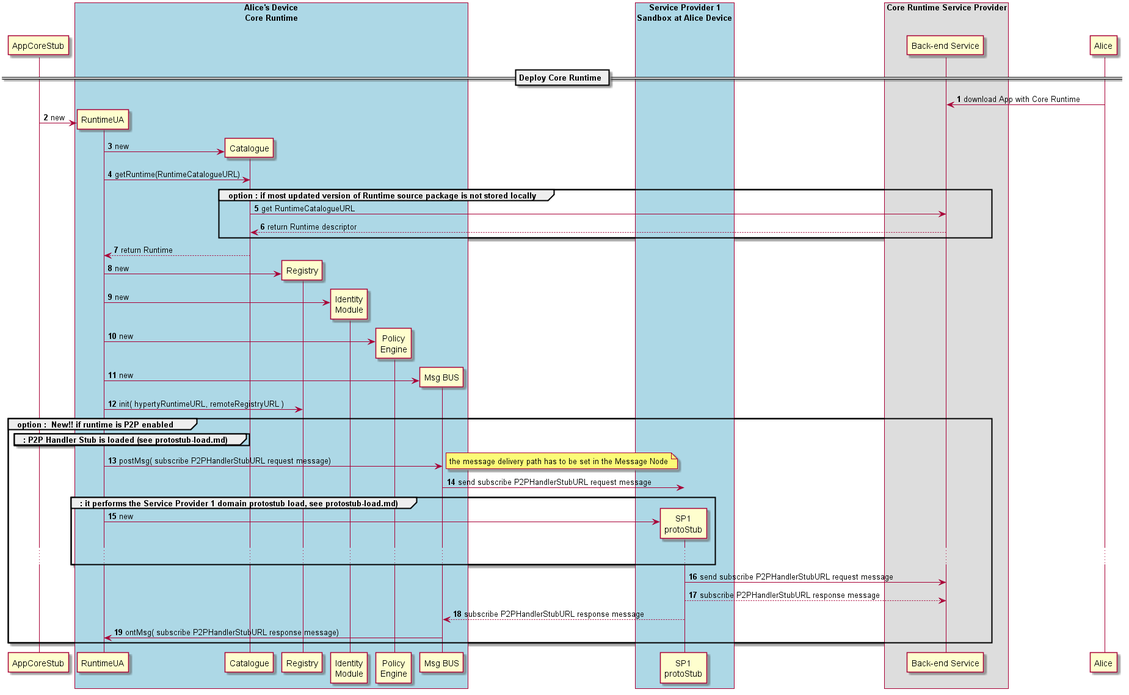
Above: dynamic-view/basics/deploy-runtime.png in reTHINK-project/specs (PlantUML), before the change. Its source is kept beside it as dynamic-view/basics/deploy-runtime.plantuml. The source it was exported from:
```plantuml
@startuml "deploy-runtime.png"

autonumber

!define SHOW_RuntimeA

!define SHOW_AppAtRuntimeA

!define SHOW_CoreRuntimeA
!define SHOW_MsgBUSAtRuntimeA
!define SHOW_RegistryAtRuntimeA
!define SHOW_IdentitiesAtRuntimeA
!define SHOW_AuthAtRuntimeA
!define SHOW_CoreAgentAtRuntimeA
!define SHOW_CatalogueAtRuntimeA

!define SHOW_SP1SandboxAtRuntimeA
!define SHOW_Protostub1AtRuntimeA

!define SHOW_CoreRuntimeProvider

!include ../runtime_objects.plantuml

== Deploy Core Runtime ==

Alice -> CoreRunSP : download App with Core Runtime

create RunUA@A
App@A -> RunUA@A : new

create RunCat@A
RunUA@A -> RunCat@A : new

RunUA@A -> RunCat@A : getRuntime(RuntimeCatalogueURL)

group option : if most updated version of Runtime source package is not stored locally

  RunCat@A -> CoreRunSP : get RuntimeCatalogueURL

  RunCat@A <-- CoreRunSP : return Runtime descriptor

end group

RunUA@A <-- RunCat@A : return Runtime

create RunReg@A
RunUA@A -> RunReg@A : new

create RunID@A
RunUA@A -> RunID@A : new

create RunAuth@A
RunUA@A -> RunAuth@A : new

create BUS@A
RunUA@A -> BUS@A : new

RunUA@A -> RunReg@A : init( hypertyRuntimeURL, remoteRegistryURL )

group option : ** New!! if runtime is P2P enabled  **

  group : P2P Handler Stub is loaded (see protostub-load.md)
  end group

RunUA@A -> BUS@A : postMsg( subscribe P2PHandlerStubURL request message)

  note right
    the message delivery path has to be set in the Message Node
  end note

  BUS@A -> Proto1@A : send subscribe P2PHandlerStubURL request message


  group : it performs the Service Provider 1 domain protostub load, see protostub-load.md)

    create Proto1@A
    RunUA@A -> Proto1@A : new
    ...

  end group

  CoreRunSP <- Proto1@A : send subscribe P2PHandlerStubURL request message

  CoreRunSP <-- Proto1@A : subscribe P2PHandlerStubURL response message

  BUS@A <-- Proto1@A : subscribe P2PHandlerStubURL response message

  RunUA@A <- BUS@A : ontMsg( subscribe P2PHandlerStubURL response message)

end group



@enduml
```
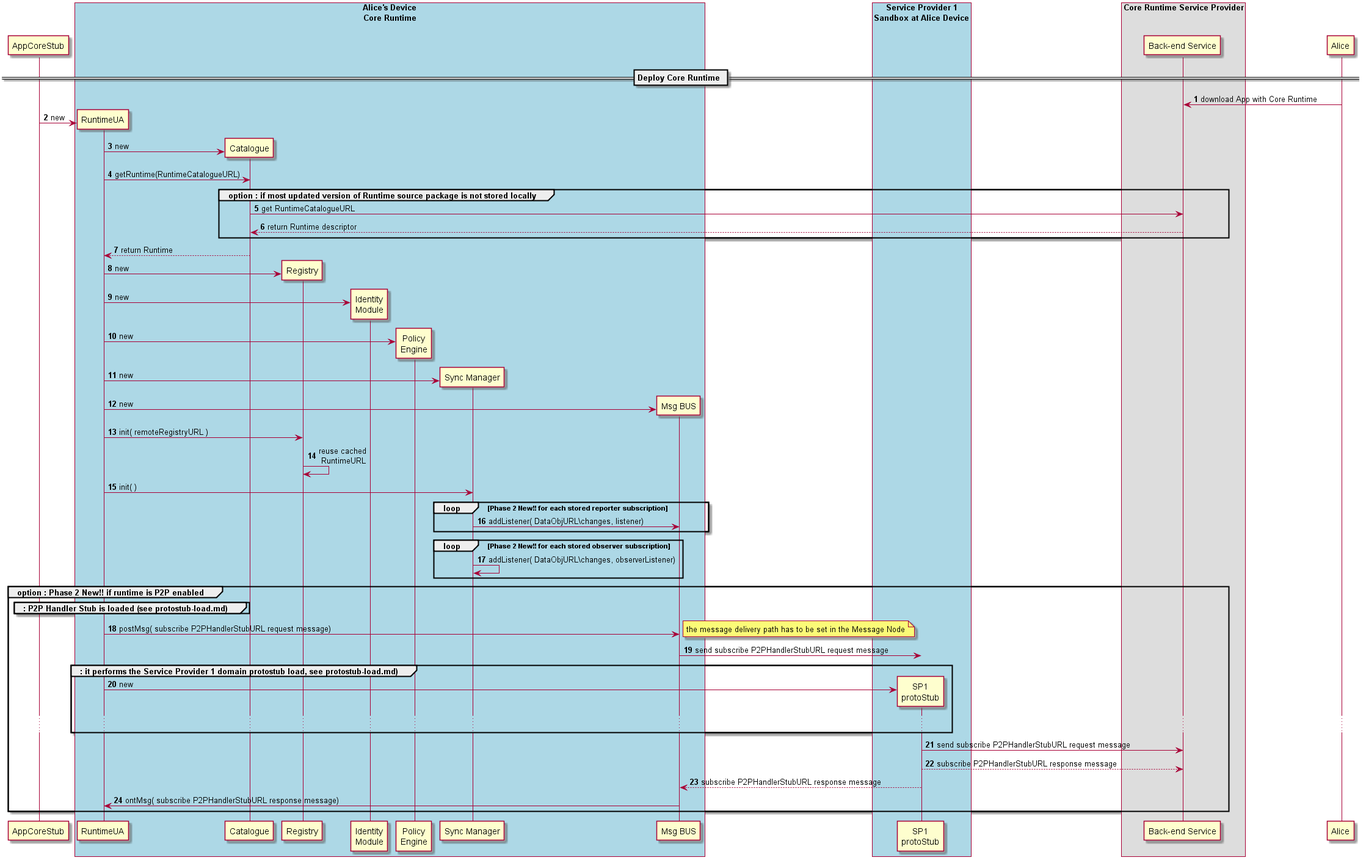
After the change.

Change to the diagram source:
```diff
@@ -13,6 +13,7 @@
 !define SHOW_AuthAtRuntimeA
 !define SHOW_CoreAgentAtRuntimeA
 !define SHOW_CatalogueAtRuntimeA
+!define SHOW_SMAtRuntimeA
 
 !define SHOW_SP1SandboxAtRuntimeA
 !define SHOW_Protostub1AtRuntimeA
@@ -52,12 +53,31 @@
 create RunAuth@A
 RunUA@A -> RunAuth@A : new
 
+create RunSM@A
+RunUA@A -> RunSM@A : new
+
 create BUS@A
 RunUA@A -> BUS@A : new
 
-RunUA@A -> RunReg@A : init( hypertyRuntimeURL, remoteRegistryURL )
+RunUA@A -> RunReg@A : init( remoteRegistryURL )
 
-group option : ** New!! if runtime is P2P enabled  **
+RunReg@A -> RunReg@A : reuse cached\n RuntimeURL
+
+RunUA@A -> RunSM@A : init( )
+
+loop  Phase 2 New!! for each stored reporter subscription
+
+  RunSM@A -> BUS@A : addListener( DataObjURL\changes, listener)
+
+end
+
+loop Phase 2 New!! for each stored observer subscription
+
+  RunSM@A -> RunSM@A : addListener( DataObjURL\changes, observerListener)
+
+end
+
+group option : Phase 2 New!! if runtime is P2P enabled
 
   group : P2P Handler Stub is loaded (see protostub-load.md)
   end group
```
